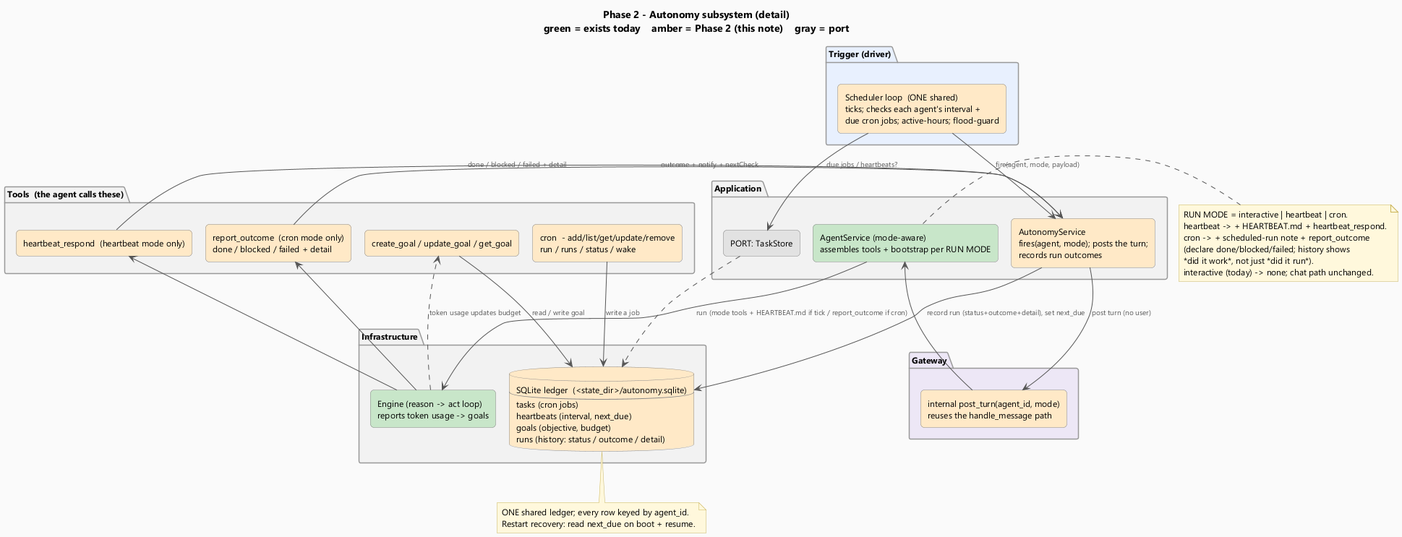
SaptarshiMazumder/pc-agent keeps this PlantUML diagram as v2/planning/platform/agents/agent-autonomy-detail.png. Above is the earlier version.
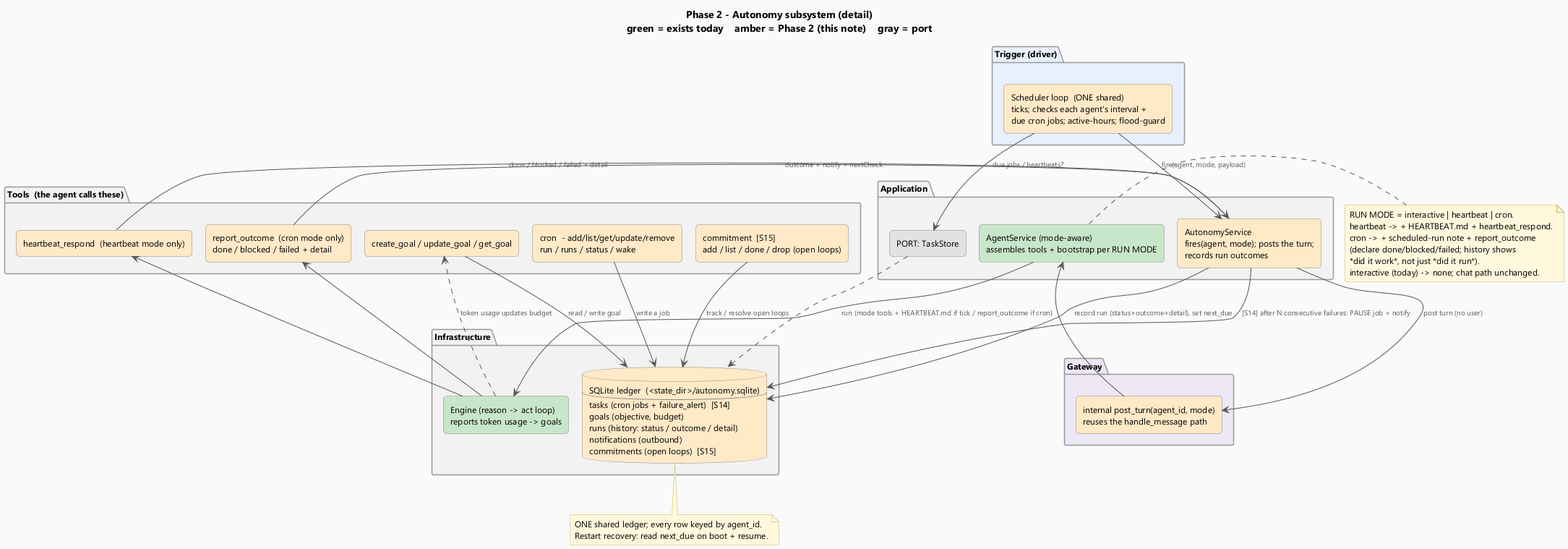
Above is the later version.

The edit, as a diff of the source:
```diff
@@ -42,7 +42,7 @@
 }
 
 package "Infrastructure" #F2F2F2 {
-  database "SQLite ledger  (<state_dir>/autonomy.sqlite)\n--\ntasks (cron jobs)\nheartbeats (interval, next_due)\ngoals (objective, budget)\nruns (history: status / outcome / detail)" as DB #FFE9C7
+  database "SQLite ledger  (<state_dir>/autonomy.sqlite)\n--\ntasks (cron jobs + failure_alert)  [S14]\ngoals (objective, budget)\nruns (history: status / outcome / detail)\nnotifications (outbound)\ncommitments (open loops)  [S15]" as DB #FFE9C7
   rectangle "Engine (reason -> act loop)\nreports token usage -> goals" as ENG #C8E6C9
 }
 
@@ -51,6 +51,7 @@
   rectangle "create_goal / update_goal / get_goal" as T_GOAL #FFE9C7
   rectangle "heartbeat_respond  (heartbeat mode only)" as T_HB #FFE9C7
   rectangle "report_outcome  (cron mode only)\ndone / blocked / failed + detail" as T_OUT #FFE9C7
+  rectangle "commitment  [S15]\nadd / list / done / drop (open loops)" as T_COMMIT #FFE9C7
 }
 
 SCHED --> P_TS : due jobs / heartbeats?
@@ -64,8 +65,10 @@
 T_HB --> AUTO : outcome + notify + nextCheck
 T_OUT --> AUTO : done / blocked / failed + detail
 AUTO --> DB : record run (status+outcome+detail), set next_due
+AUTO --> DB : [S14] after N consecutive failures: PAUSE job + notify
 T_CRON --> DB : write a job
 T_GOAL --> DB : read / write goal
+T_COMMIT --> DB : track / resolve open loops
 ENG ..> T_GOAL : token usage updates budget
 
 note right of SVC
```
